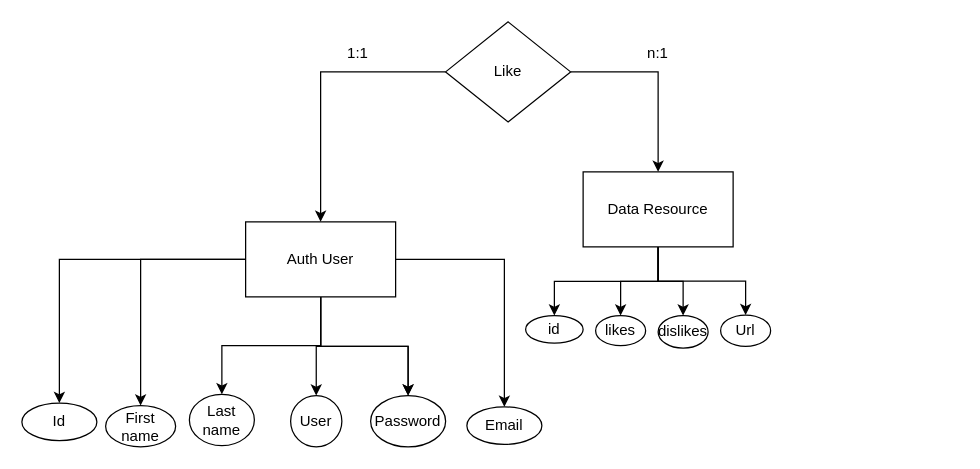
The draw.io diagram Diagrama sin título.drawio in Rich1308/Proyecto-Fashion-like, before the edit. Source tidied: cells renumbered, new cells numbered last; positions are measured from the earlier drawing's top-left corner, leaving out a move shared by most shapes. Both pictures are drawn from the tidied source at 125%, with x=0, y=0 at pixel (21, 21).
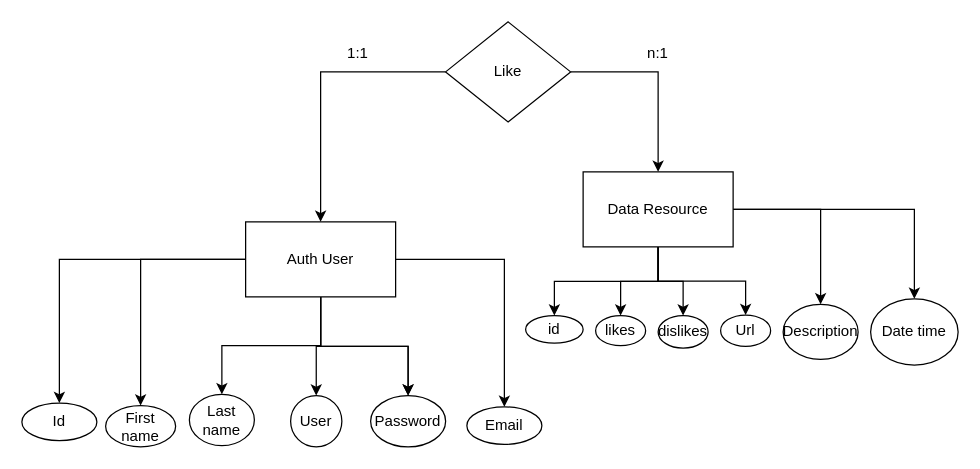
After the change.

Commit message:
I added new fields to table resource.drawio

Unchanged cells that the change refers to:
```xml
<mxCell id="17" value="Data Resource" style="rounded=0;whiteSpace=wrap;html=1;" parent="1" vertex="1">
  <mxGeometry x="449" y="120" width="120" height="60" as="geometry" />
</mxCell>
```

Diff of the diagram source:
```diff
@@
+    <mxCell id="30" style="edgeStyle=orthogonalEdgeStyle;rounded=0;jettySize=auto;html=1;" parent="1" edge="1" source="17" target="32">
+      <mxGeometry relative="1" as="geometry" />
+    </mxCell>
+    <mxCell id="31" style="edgeStyle=orthogonalEdgeStyle;rounded=0;jettySize=auto;html=1;entryX=0.5;entryY=0;entryDx=0;entryDy=0;" parent="1" edge="1" source="17" target="33">
+      <mxGeometry relative="1" as="geometry" />
+    </mxCell>
@@
+    <mxCell id="32" value="Description" style="ellipse;whiteSpace=wrap;html=1;" parent="1" vertex="1">
+      <mxGeometry x="609" y="226" width="60" height="44" as="geometry" />
+    </mxCell>
+    <mxCell id="33" value="Date time" style="ellipse;whiteSpace=wrap;html=1;" parent="1" vertex="1">
+      <mxGeometry x="679" y="221.5" width="70" height="53" as="geometry" />
+    </mxCell>
```
